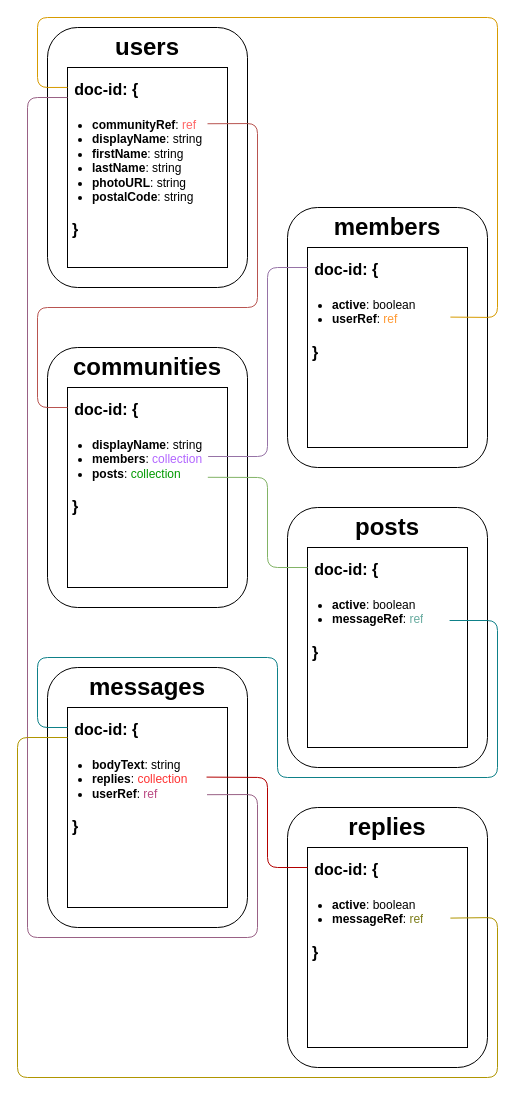
Earlier version of the draw.io diagram firebase.drawio (haytherecharlie/habichat-classic). Source tidied: cells renumbered, new cells numbered last; positions are measured from the earlier drawing's top-left corner, leaving out a move shared by most shapes. Both pictures are drawn from the tidied source at 100%, with x=0, y=0 at pixel (17, 17).
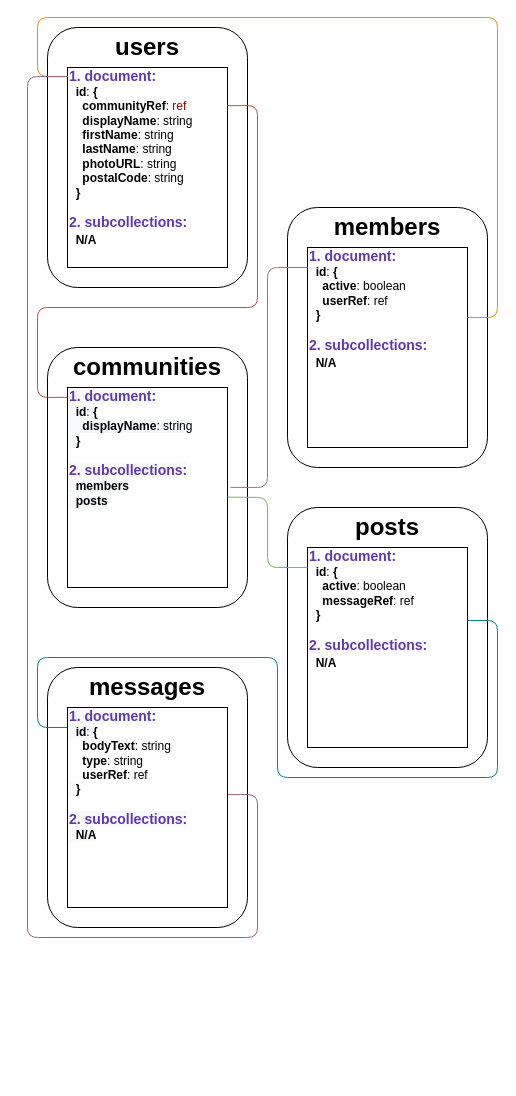
After the change.

The change refers to these unchanged cells:
```xml
<mxCell id="6" style="rounded=1;whiteSpace=wrap;html=1;" parent="1" vertex="1">
  <mxGeometry x="30" y="330" width="200" height="260" as="geometry" />
</mxCell>
```

Change to the diagram source:
```diff
@@
-    <mxCell id="4" style="rounded=0;whiteSpace=wrap;html=1;" parent="1" vertex="1">
+    <mxCell id="4" style="rounded=0;whiteSpace=wrap;html=1;fontSize=12;" parent="1" vertex="1">
       <mxGeometry x="50" y="50" width="160" height="200" as="geometry" />
     </mxCell>
-    <mxCell id="5" value="&lt;p style=&quot;line-height: 100%&quot;&gt;&lt;/p&gt;&lt;h1&gt;&lt;span style=&quot;font-size: 12px&quot;&gt;&lt;font style=&quot;font-size: 16px&quot;&gt;&amp;nbsp; &amp;nbsp; &amp;nbsp;doc-id: {&lt;/font&gt;&lt;/span&gt;&lt;/h1&gt;&lt;h1&gt;&lt;span style=&quot;font-size: 12px&quot;&gt;&lt;ul&gt;&lt;li&gt;communityRef&lt;span style=&quot;font-weight: normal&quot;&gt;: &lt;font color=&quot;#ff6666&quot;&gt;ref&lt;/font&gt;&lt;/span&gt;&lt;/li&gt;&lt;li&gt;displayName&lt;span style=&quot;font-weight: normal&quot;&gt;: string&lt;/span&gt;&lt;/li&gt;&lt;li&gt;firstName&lt;span style=&quot;font-weight: normal&quot;&gt;: string&lt;/span&gt;&lt;/li&gt;&lt;li&gt;lastName&lt;span style=&quot;font-weight: normal&quot;&gt;: string&lt;/span&gt;&lt;/li&gt;&lt;li&gt;photoURL&lt;span style=&quot;font-weight: 400&quot;&gt;: string&lt;/span&gt;&lt;/li&gt;&lt;li&gt;postalCode&lt;span style=&quot;font-weight: 400&quot;&gt;: string&lt;/span&gt;&lt;/li&gt;&lt;/ul&gt;&lt;/span&gt;&lt;/h1&gt;&lt;div&gt;&amp;nbsp; &amp;nbsp; &amp;nbsp;&amp;nbsp;&lt;font style=&quot;font-size: 16px&quot;&gt;&lt;b&gt;}&lt;/b&gt;&lt;/font&gt;&lt;/div&gt;&lt;p&gt;&lt;/p&gt;" style="text;html=1;strokeColor=none;fillColor=none;spacing=5;spacingTop=-20;whiteSpace=wrap;overflow=hidden;rounded=0;" parent="1" vertex="1">
-      <mxGeometry x="30" y="50" width="160" height="190" as="geometry" />
-    </mxCell>
@@
-    <mxCell id="8" style="rounded=0;whiteSpace=wrap;html=1;" parent="1" vertex="1">
+    <mxCell id="8" value="&lt;font color=&quot;#6039a9&quot; style=&quot;font-family: &amp;#34;helvetica&amp;#34; ; font-style: normal ; font-weight: 400 ; letter-spacing: normal ; text-indent: 0px ; text-transform: none ; word-spacing: 0px ; background-color: rgb(248 , 249 , 250) ; font-size: 14px&quot;&gt;&lt;b&gt;1. document:&lt;br&gt;&lt;/b&gt;&lt;/font&gt;&lt;b style=&quot;color: rgb(0 , 0 , 0) ; font-family: &amp;#34;helvetica&amp;#34; ; font-size: 12px ; font-style: normal ; letter-spacing: normal ; text-indent: 0px ; text-transform: none ; word-spacing: 0px ; background-color: rgb(248 , 249 , 250)&quot;&gt;&amp;nbsp; id&lt;/b&gt;&lt;span style=&quot;color: rgb(0 , 0 , 0) ; font-family: &amp;#34;helvetica&amp;#34; ; font-size: 12px ; font-style: normal ; font-weight: 400 ; letter-spacing: normal ; text-indent: 0px ; text-transform: none ; word-spacing: 0px ; background-color: rgb(248 , 249 , 250) ; float: none ; display: inline&quot;&gt;:&amp;nbsp;&lt;/span&gt;&lt;b style=&quot;color: rgb(0 , 0 , 0) ; font-family: &amp;#34;helvetica&amp;#34; ; font-size: 12px ; font-style: normal ; letter-spacing: normal ; text-indent: 0px ; text-transform: none ; word-spacing: 0px ; background-color: rgb(248 , 249 , 250)&quot;&gt;{&lt;/b&gt;&lt;br style=&quot;color: rgb(0 , 0 , 0) ; font-family: &amp;#34;helvetica&amp;#34; ; font-size: 12px ; font-style: normal ; font-weight: 400 ; letter-spacing: normal ; text-indent: 0px ; text-transform: none ; word-spacing: 0px ; background-color: rgb(248 , 249 , 250)&quot;&gt;&lt;span style=&quot;color: rgb(0 , 0 , 0) ; font-family: &amp;#34;helvetica&amp;#34; ; font-size: 12px ; font-style: normal ; font-weight: 400 ; letter-spacing: normal ; text-indent: 0px ; text-transform: none ; word-spacing: 0px ; background-color: rgb(248 , 249 , 250) ; float: none ; display: inline&quot;&gt;&amp;nbsp; &amp;nbsp;&lt;span&gt;&amp;nbsp;&lt;/span&gt;&lt;/span&gt;&lt;b style=&quot;color: rgb(0 , 0 , 0) ; font-family: &amp;#34;helvetica&amp;#34; ; font-size: 12px ; font-style: normal ; letter-spacing: normal ; text-indent: 0px ; text-transform: none ; word-spacing: 0px ; background-color: rgb(248 , 249 , 250)&quot;&gt;displayName&lt;/b&gt;&lt;span style=&quot;color: rgb(0 , 0 , 0) ; font-family: &amp;#34;helvetica&amp;#34; ; font-size: 12px ; font-style: normal ; font-weight: 400 ; letter-spacing: normal ; text-indent: 0px ; text-transform: none ; word-spacing: 0px ; background-color: rgb(248 , 249 , 250) ; float: none ; display: inline&quot;&gt;: string&lt;/span&gt;&lt;br style=&quot;color: rgb(0 , 0 , 0) ; font-family: &amp;#34;helvetica&amp;#34; ; font-size: 12px ; font-style: normal ; font-weight: 400 ; letter-spacing: normal ; text-indent: 0px ; text-transform: none ; word-spacing: 0px ; background-color: rgb(248 , 249 , 250)&quot;&gt;&lt;b style=&quot;color: rgb(0 , 0 , 0) ; font-family: &amp;#34;helvetica&amp;#34; ; font-size: 12px ; font-style: normal ; letter-spacing: normal ; text-indent: 0px ; text-transform: none ; word-spacing: 0px ; background-color: rgb(248 , 249 , 250)&quot;&gt;&amp;nbsp; }&lt;br&gt;&lt;br&gt;&lt;/b&gt;&lt;b style=&quot;font-family: &amp;#34;helvetica&amp;#34; ; font-style: normal ; letter-spacing: normal ; text-indent: 0px ; text-transform: none ; word-spacing: 0px ; background-color: rgb(248 , 249 , 250) ; color: rgb(96 , 57 , 169) ; font-size: 14px&quot;&gt;2. subcollections:&lt;br&gt;&lt;/b&gt;&lt;b style=&quot;color: rgb(0 , 0 , 0) ; font-family: &amp;#34;helvetica&amp;#34; ; font-size: 12px ; font-style: normal ; letter-spacing: normal ; text-indent: 0px ; text-transform: none ; word-spacing: 0px ; background-color: rgb(248 , 249 , 250)&quot;&gt;&amp;nbsp; members&lt;br&gt;&amp;nbsp; posts&lt;br&gt;&lt;/b&gt;" style="rounded=0;whiteSpace=wrap;html=1;align=left;verticalAlign=top;spacingTop=-6;" parent="1" vertex="1">
       <mxGeometry x="50" y="370" width="160" height="200" as="geometry" />
     </mxCell>
-    <mxCell id="9" value="&lt;p style=&quot;line-height: 100%&quot;&gt;&lt;/p&gt;&lt;h1&gt;&lt;span style=&quot;font-size: 12px&quot;&gt;&lt;font style=&quot;font-size: 16px&quot;&gt;&amp;nbsp; &amp;nbsp; &amp;nbsp;doc-id: {&lt;/font&gt;&lt;/span&gt;&lt;/h1&gt;&lt;h1&gt;&lt;span style=&quot;font-size: 12px&quot;&gt;&lt;ul&gt;&lt;li&gt;displayName&lt;span style=&quot;font-weight: normal&quot;&gt;: string&lt;/span&gt;&lt;/li&gt;&lt;li&gt;members&lt;span style=&quot;font-weight: normal&quot;&gt;: &lt;font color=&quot;#b266ff&quot;&gt;collection&lt;/font&gt;&lt;/span&gt;&lt;/li&gt;&lt;li&gt;posts&lt;span style=&quot;font-weight: normal&quot;&gt;: &lt;font color=&quot;#009900&quot;&gt;collection&lt;/font&gt;&lt;/span&gt;&lt;/li&gt;&lt;/ul&gt;&lt;/span&gt;&lt;/h1&gt;&lt;h1&gt;&lt;div style=&quot;font-size: 12px ; font-weight: 400&quot;&gt;&amp;nbsp; &amp;nbsp; &amp;nbsp;&amp;nbsp;&lt;font style=&quot;font-size: 16px&quot;&gt;&lt;b&gt;}&lt;/b&gt;&lt;/font&gt;&lt;/div&gt;&lt;/h1&gt;&lt;p&gt;&lt;/p&gt;" style="text;html=1;strokeColor=none;fillColor=none;spacing=5;spacingTop=-20;whiteSpace=wrap;overflow=hidden;rounded=0;" parent="1" vertex="1">
-      <mxGeometry x="30" y="370" width="160" height="200" as="geometry" />
-    </mxCell>
@@
-    <mxCell id="13" value="&lt;p style=&quot;line-height: 100%&quot;&gt;&lt;/p&gt;&lt;h1&gt;&lt;span style=&quot;font-size: 12px&quot;&gt;&lt;font style=&quot;font-size: 16px&quot;&gt;&amp;nbsp; &amp;nbsp; &amp;nbsp;doc-id: {&lt;/font&gt;&lt;/span&gt;&lt;/h1&gt;&lt;h1&gt;&lt;span style=&quot;font-size: 12px&quot;&gt;&lt;ul&gt;&lt;li&gt;active&lt;span style=&quot;font-weight: normal&quot;&gt;: boolean&lt;/span&gt;&lt;/li&gt;&lt;li&gt;userRef&lt;span style=&quot;font-weight: normal&quot;&gt;: &lt;font color=&quot;#ff9933&quot;&gt;ref&lt;/font&gt;&lt;/span&gt;&lt;/li&gt;&lt;/ul&gt;&lt;/span&gt;&lt;/h1&gt;&lt;h1&gt;&lt;div style=&quot;font-size: 12px ; font-weight: 400&quot;&gt;&amp;nbsp; &amp;nbsp; &amp;nbsp;&amp;nbsp;&lt;font style=&quot;font-size: 16px&quot;&gt;&lt;b&gt;}&lt;/b&gt;&lt;/font&gt;&lt;/div&gt;&lt;/h1&gt;&lt;p&gt;&lt;/p&gt;" style="text;html=1;strokeColor=none;fillColor=none;spacing=5;spacingTop=-20;whiteSpace=wrap;overflow=hidden;rounded=0;" parent="1" vertex="1">
-      <mxGeometry x="270" y="230" width="160" height="200" as="geometry" />
-    </mxCell>
@@
-    <mxCell id="17" value="&lt;p style=&quot;line-height: 100%&quot;&gt;&lt;/p&gt;&lt;h1&gt;&lt;span style=&quot;font-size: 12px&quot;&gt;&lt;font style=&quot;font-size: 16px&quot;&gt;&amp;nbsp; &amp;nbsp; &amp;nbsp;doc-id: {&lt;/font&gt;&lt;/span&gt;&lt;/h1&gt;&lt;h1&gt;&lt;span style=&quot;font-size: 12px&quot;&gt;&lt;ul&gt;&lt;li&gt;active&lt;span style=&quot;font-weight: normal&quot;&gt;: boolean&lt;/span&gt;&lt;/li&gt;&lt;li&gt;messageRef&lt;span style=&quot;font-weight: normal&quot;&gt;: &lt;font color=&quot;#67ab9f&quot;&gt;ref&lt;/font&gt;&lt;/span&gt;&lt;/li&gt;&lt;/ul&gt;&lt;/span&gt;&lt;/h1&gt;&lt;h1&gt;&lt;div style=&quot;font-size: 12px ; font-weight: 400&quot;&gt;&amp;nbsp; &amp;nbsp; &amp;nbsp;&amp;nbsp;&lt;font style=&quot;font-size: 16px&quot;&gt;&lt;b&gt;}&lt;/b&gt;&lt;/font&gt;&lt;/div&gt;&lt;/h1&gt;&lt;p&gt;&lt;/p&gt;" style="text;html=1;strokeColor=none;fillColor=none;spacing=5;spacingTop=-20;whiteSpace=wrap;overflow=hidden;rounded=0;" parent="1" vertex="1">
-      <mxGeometry x="270" y="530" width="160" height="200" as="geometry" />
-    </mxCell>
-    <mxCell id="18" style="endArrow=none;html=1;entryX=0.125;entryY=0.1;entryDx=0;entryDy=0;entryPerimeter=0;fillColor=#f8cecc;strokeColor=#b85450;exitX=1;exitY=0.296;exitDx=0;exitDy=0;exitPerimeter=0;" parent="1" edge="1" source="5" target="9">
+    <mxCell id="18" style="endArrow=none;html=1;fillColor=#f8cecc;strokeColor=#b85450;exitX=1;exitY=0.191;exitDx=0;exitDy=0;exitPerimeter=0;entryX=-0.002;entryY=0.049;entryDx=0;entryDy=0;entryPerimeter=0;" parent="1" edge="1" source="34" target="8">
       <mxGeometry relative="1" as="geometry">
         <Array as="points">
-          <mxPoint x="240" y="106" />
+          <mxPoint x="240" y="88" />
           <mxPoint x="240" y="290" />
           <mxPoint x="20" y="290" />
-          <mxPoint x="20" y="390" />
+          <mxPoint x="20" y="380" />
         </Array>
       </mxGeometry>
     </mxCell>
-    <mxCell id="19" style="endArrow=none;html=1;entryX=0.125;entryY=0.1;entryDx=0;entryDy=0;entryPerimeter=0;exitX=1.004;exitY=0.345;exitDx=0;exitDy=0;exitPerimeter=0;fillColor=#e1d5e7;strokeColor=#9673a6;" parent="1" edge="1" source="9" target="13">
+    <mxCell id="19" style="endArrow=none;html=1;entryX=0.125;entryY=0.1;entryDx=0;entryDy=0;entryPerimeter=0;exitX=0.914;exitY=0.538;exitDx=0;exitDy=0;exitPerimeter=0;fillColor=#e1d5e7;strokeColor=#9673a6;" parent="1" edge="1" source="6">
       <mxGeometry relative="1" as="geometry">
+        <mxPoint x="290" y="250" as="targetPoint" />
         <Array as="points">
-          <mxPoint x="250" y="439" />
+          <mxPoint x="250" y="470" />
           <mxPoint x="250" y="250" />
         </Array>
       </mxGeometry>
     </mxCell>
-    <mxCell id="20" style="endArrow=none;html=1;exitX=1.002;exitY=0.449;exitDx=0;exitDy=0;exitPerimeter=0;entryX=0.125;entryY=0.1;entryDx=0;entryDy=0;entryPerimeter=0;fillColor=#d5e8d4;strokeColor=#82b366;" parent="1" edge="1" source="9" target="17">
+    <mxCell id="20" style="endArrow=none;html=1;entryX=0.125;entryY=0.1;entryDx=0;entryDy=0;entryPerimeter=0;fillColor=#d5e8d4;strokeColor=#82b366;exitX=1;exitY=0.548;exitDx=0;exitDy=0;exitPerimeter=0;" parent="1" edge="1" source="8">
       <mxGeometry relative="1" as="geometry">
+        <mxPoint x="290" y="550" as="targetPoint" />
         <Array as="points">
-          <mxPoint x="250" y="460" />
+          <mxPoint x="250" y="480" />
           <mxPoint x="250" y="550" />
         </Array>
       </mxGeometry>
     </mxCell>
-    <mxCell id="21" style="endArrow=none;html=1;entryX=1.018;entryY=0.348;entryDx=0;entryDy=0;entryPerimeter=0;exitX=0.125;exitY=0.105;exitDx=0;exitDy=0;exitPerimeter=0;fillColor=#ffe6cc;strokeColor=#d79b00;" parent="1" edge="1" source="5" target="13">
+    <mxCell id="21" style="endArrow=none;html=1;fillColor=#ffe6cc;strokeColor=#d79b00;" parent="1" edge="1">
       <mxGeometry relative="1" as="geometry">
+        <mxPoint x="50" y="59" as="sourcePoint" />
+        <mxPoint x="450" y="300" as="targetPoint" />
         <Array as="points">
-          <mxPoint x="20" y="70" />
+          <mxPoint x="20" y="59" />
           <mxPoint x="20" />
           <mxPoint x="480" />
           <mxPoint x="480" y="300" />
         </Array>
       </mxGeometry>
     </mxCell>
@@
-    <mxCell id="25" value="&lt;p style=&quot;line-height: 100%&quot;&gt;&lt;/p&gt;&lt;h1&gt;&lt;span style=&quot;font-size: 12px&quot;&gt;&lt;font style=&quot;font-size: 16px&quot;&gt;&amp;nbsp; &amp;nbsp; &amp;nbsp;doc-id: {&lt;/font&gt;&lt;/span&gt;&lt;/h1&gt;&lt;h1&gt;&lt;span style=&quot;font-size: 12px&quot;&gt;&lt;ul&gt;&lt;li&gt;bodyText&lt;span style=&quot;font-weight: normal&quot;&gt;: string&lt;/span&gt;&lt;/li&gt;&lt;li&gt;replies&lt;span style=&quot;font-weight: normal&quot;&gt;: &lt;font color=&quot;#ff3333&quot;&gt;collection&lt;/font&gt;&lt;/span&gt;&lt;/li&gt;&lt;li&gt;userRef&lt;span style=&quot;font-weight: normal&quot;&gt;: &lt;font color=&quot;#ba4a83&quot;&gt;ref&lt;/font&gt;&lt;/span&gt;&lt;/li&gt;&lt;/ul&gt;&lt;/span&gt;&lt;/h1&gt;&lt;h1&gt;&lt;div style=&quot;font-size: 12px ; font-weight: 400&quot;&gt;&amp;nbsp; &amp;nbsp; &amp;nbsp;&amp;nbsp;&lt;font style=&quot;font-size: 16px&quot;&gt;&lt;b&gt;}&lt;/b&gt;&lt;/font&gt;&lt;/div&gt;&lt;/h1&gt;&lt;p&gt;&lt;/p&gt;" style="text;html=1;strokeColor=none;fillColor=none;spacing=5;spacingTop=-20;whiteSpace=wrap;overflow=hidden;rounded=0;" parent="1" vertex="1">
-      <mxGeometry x="30" y="690" width="160" height="200" as="geometry" />
-    </mxCell>
-    <mxCell id="26" style="endArrow=none;html=1;exitX=1.013;exitY=0.365;exitDx=0;exitDy=0;exitPerimeter=0;fillColor=#b0e3e6;strokeColor=#0e8088;entryX=0.125;entryY=0.1;entryDx=0;entryDy=0;entryPerimeter=0;" parent="1" edge="1" source="17" target="25">
+    <mxCell id="26" style="endArrow=none;html=1;fillColor=#b0e3e6;strokeColor=#0e8088;entryX=0.125;entryY=0.1;entryDx=0;entryDy=0;entryPerimeter=0;" parent="1" edge="1">
       <mxGeometry relative="1" as="geometry">
+        <mxPoint x="450" y="603" as="sourcePoint" />
+        <mxPoint x="50" y="710" as="targetPoint" />
         <Array as="points">
           <mxPoint x="480" y="603" />
           <mxPoint x="480" y="760" />
           <mxPoint x="260" y="760" />
           <mxPoint x="260" y="640" />
           <mxPoint x="20" y="640" />
           <mxPoint x="20" y="710" />
         </Array>
       </mxGeometry>
     </mxCell>
-    <mxCell id="27" style="endArrow=none;html=1;exitX=0.997;exitY=0.436;exitDx=0;exitDy=0;exitPerimeter=0;entryX=0.125;entryY=0.158;entryDx=0;entryDy=0;entryPerimeter=0;gradientColor=#d5739d;fillColor=#e6d0de;strokeColor=#996185;" parent="1" edge="1" source="25" target="5">
+    <mxCell id="27" style="endArrow=none;html=1;exitX=0.997;exitY=0.436;exitDx=0;exitDy=0;exitPerimeter=0;entryX=0.001;entryY=0.046;entryDx=0;entryDy=0;entryPerimeter=0;gradientColor=#d5739d;fillColor=#e6d0de;strokeColor=#996185;" parent="1" edge="1" target="4">
       <mxGeometry relative="1" as="geometry">
+        <mxPoint x="189.5" y="777.2" as="sourcePoint" />
         <Array as="points">
           <mxPoint x="240" y="777" />
           <mxPoint x="240" y="920" />
           <mxPoint x="10" y="920" />
-          <mxPoint x="10" y="80" />
+          <mxPoint x="10" y="59" />
         </Array>
       </mxGeometry>
     </mxCell>
-    <mxCell id="28" style="rounded=1;whiteSpace=wrap;html=1;" parent="1" vertex="1">
-      <mxGeometry x="270" y="790" width="200" height="260" as="geometry" />
-    </mxCell>
-    <mxCell id="29" value="&lt;span style=&quot;font-size: 24px&quot;&gt;&lt;b&gt;replies&lt;/b&gt;&lt;/span&gt;" style="text;html=1;strokeColor=none;fillColor=none;align=center;verticalAlign=middle;whiteSpace=wrap;rounded=0;" parent="1" vertex="1">
-      <mxGeometry x="270" y="800" width="200" height="20" as="geometry" />
-    </mxCell>
-    <mxCell id="30" style="rounded=0;whiteSpace=wrap;html=1;" parent="1" vertex="1">
-      <mxGeometry x="290" y="830" width="160" height="200" as="geometry" />
-    </mxCell>
-    <mxCell id="31" value="&lt;p style=&quot;line-height: 100%&quot;&gt;&lt;/p&gt;&lt;h1&gt;&lt;span style=&quot;font-size: 12px&quot;&gt;&lt;font style=&quot;font-size: 16px&quot;&gt;&amp;nbsp; &amp;nbsp; &amp;nbsp;doc-id: {&lt;/font&gt;&lt;/span&gt;&lt;/h1&gt;&lt;h1&gt;&lt;span style=&quot;font-size: 12px&quot;&gt;&lt;ul&gt;&lt;li&gt;active&lt;span style=&quot;font-weight: normal&quot;&gt;: boolean&lt;/span&gt;&lt;/li&gt;&lt;li&gt;messageRef&lt;span style=&quot;font-weight: normal&quot;&gt;: &lt;font color=&quot;#7d7d19&quot;&gt;ref&lt;/font&gt;&lt;/span&gt;&lt;/li&gt;&lt;/ul&gt;&lt;/span&gt;&lt;/h1&gt;&lt;h1&gt;&lt;div style=&quot;font-size: 12px ; font-weight: 400&quot;&gt;&amp;nbsp; &amp;nbsp; &amp;nbsp;&amp;nbsp;&lt;font style=&quot;font-size: 16px&quot;&gt;&lt;b&gt;}&lt;/b&gt;&lt;/font&gt;&lt;/div&gt;&lt;/h1&gt;&lt;p&gt;&lt;/p&gt;" style="text;html=1;strokeColor=none;fillColor=none;spacing=5;spacingTop=-20;whiteSpace=wrap;overflow=hidden;rounded=0;" parent="1" vertex="1">
-      <mxGeometry x="270" y="830" width="160" height="200" as="geometry" />
-    </mxCell>
-    <mxCell id="32" style="endArrow=none;html=1;exitX=0.994;exitY=0.348;exitDx=0;exitDy=0;exitPerimeter=0;entryX=0.125;entryY=0.1;entryDx=0;entryDy=0;entryPerimeter=0;fillColor=#e51400;strokeColor=#B20000;" parent="1" edge="1" source="25" target="31">
-      <mxGeometry relative="1" as="geometry">
-        <Array as="points">
-          <mxPoint x="250" y="760" />
-          <mxPoint x="250" y="850" />
-        </Array>
-      </mxGeometry>
-    </mxCell>
-    <mxCell id="33" style="endArrow=none;html=1;exitX=1.018;exitY=0.353;exitDx=0;exitDy=0;exitPerimeter=0;fillColor=#e3c800;strokeColor=#B09500;" parent="1" edge="1" source="31">
-      <mxGeometry relative="1" as="geometry">
-        <mxPoint x="50" y="720" as="targetPoint" />
-        <Array as="points">
-          <mxPoint x="480" y="900" />
-          <mxPoint x="480" y="1060" />
-          <mxPoint y="1060" />
-          <mxPoint y="720" />
-        </Array>
-      </mxGeometry>
-    </mxCell>
+    <mxCell id="34" value="&lt;font style=&quot;font-size: 14px&quot; color=&quot;#6039a9&quot;&gt;&lt;b&gt;1. document:&lt;br&gt;&lt;/b&gt;&lt;/font&gt;&lt;b&gt;&amp;nbsp; id&lt;/b&gt;:&amp;nbsp;&lt;b&gt;{&lt;/b&gt;&lt;br&gt;&amp;nbsp; &amp;nbsp;&amp;nbsp;&lt;b&gt;communityRef&lt;/b&gt;: &lt;font color=&quot;#990000&quot;&gt;ref&lt;/font&gt;&lt;br&gt;&amp;nbsp; &amp;nbsp; &lt;b&gt;displayName&lt;/b&gt;: string&lt;br&gt;&amp;nbsp; &amp;nbsp; &lt;b&gt;firstName&lt;/b&gt;: string&lt;br&gt;&amp;nbsp; &amp;nbsp; &lt;b&gt;lastName&lt;/b&gt;: string&lt;br&gt;&amp;nbsp; &amp;nbsp; &lt;b&gt;photoURL&lt;/b&gt;: string&lt;br&gt;&amp;nbsp; &amp;nbsp; &lt;b&gt;postalCode&lt;/b&gt;: string&lt;br&gt;&lt;b&gt;&amp;nbsp; }&lt;br&gt;&lt;br&gt;&lt;/b&gt;&lt;b style=&quot;color: rgb(96 , 57 , 169) ; font-size: 14px&quot;&gt;2. subcollections:&lt;br&gt;&lt;/b&gt;&lt;b&gt;&amp;nbsp; N/A&lt;/b&gt;&lt;b style=&quot;color: rgb(96 , 57 , 169) ; font-size: 14px&quot;&gt;&lt;br&gt;&lt;/b&gt;" style="text;html=1;strokeColor=none;fillColor=none;align=left;verticalAlign=top;whiteSpace=wrap;overflow=hidden;shadow=1;fontSize=12;spacingTop=-6;" parent="1" vertex="1">
+      <mxGeometry x="50" y="50" width="160" height="200" as="geometry" />
+    </mxCell>
+    <mxCell id="35" value="&lt;font color=&quot;#6039a9&quot; style=&quot;font-family: &amp;#34;helvetica&amp;#34; ; font-style: normal ; font-weight: 400 ; letter-spacing: normal ; text-indent: 0px ; text-transform: none ; word-spacing: 0px ; background-color: rgb(248 , 249 , 250) ; font-size: 14px&quot;&gt;&lt;b&gt;1. document:&lt;br&gt;&lt;/b&gt;&lt;/font&gt;&lt;b style=&quot;color: rgb(0 , 0 , 0) ; font-family: &amp;#34;helvetica&amp;#34; ; font-size: 12px ; font-style: normal ; letter-spacing: normal ; text-indent: 0px ; text-transform: none ; word-spacing: 0px ; background-color: rgb(248 , 249 , 250)&quot;&gt;&amp;nbsp; id&lt;/b&gt;&lt;span style=&quot;color: rgb(0 , 0 , 0) ; font-family: &amp;#34;helvetica&amp;#34; ; font-size: 12px ; font-style: normal ; font-weight: 400 ; letter-spacing: normal ; text-indent: 0px ; text-transform: none ; word-spacing: 0px ; background-color: rgb(248 , 249 , 250) ; float: none ; display: inline&quot;&gt;:&amp;nbsp;&lt;/span&gt;&lt;b style=&quot;color: rgb(0 , 0 , 0) ; font-family: &amp;#34;helvetica&amp;#34; ; font-size: 12px ; font-style: normal ; letter-spacing: normal ; text-indent: 0px ; text-transform: none ; word-spacing: 0px ; background-color: rgb(248 , 249 , 250)&quot;&gt;{&lt;br&gt;&lt;/b&gt;&amp;nbsp; &amp;nbsp; &lt;b&gt;bodyText&lt;/b&gt;: string&lt;br&gt;&amp;nbsp; &amp;nbsp; &lt;b&gt;type&lt;/b&gt;: string&lt;br&gt;&amp;nbsp; &amp;nbsp; &lt;b&gt;userRef&lt;/b&gt;: ref&lt;br style=&quot;color: rgb(0 , 0 , 0) ; font-family: &amp;#34;helvetica&amp;#34; ; font-size: 12px ; font-style: normal ; font-weight: 400 ; letter-spacing: normal ; text-indent: 0px ; text-transform: none ; word-spacing: 0px ; background-color: rgb(248 , 249 , 250)&quot;&gt;&lt;b style=&quot;color: rgb(0 , 0 , 0) ; font-family: &amp;#34;helvetica&amp;#34; ; font-size: 12px ; font-style: normal ; letter-spacing: normal ; text-indent: 0px ; text-transform: none ; word-spacing: 0px ; background-color: rgb(248 , 249 , 250)&quot;&gt;&amp;nbsp; }&lt;br&gt;&lt;br&gt;&lt;/b&gt;&lt;b style=&quot;font-family: &amp;#34;helvetica&amp;#34; ; font-style: normal ; letter-spacing: normal ; text-indent: 0px ; text-transform: none ; word-spacing: 0px ; background-color: rgb(248 , 249 , 250) ; color: rgb(96 , 57 , 169) ; font-size: 14px&quot;&gt;2. subcollections:&lt;br&gt;&lt;/b&gt;&lt;b style=&quot;color: rgb(0 , 0 , 0) ; font-family: &amp;#34;helvetica&amp;#34; ; font-size: 12px ; font-style: normal ; letter-spacing: normal ; text-indent: 0px ; text-transform: none ; word-spacing: 0px ; background-color: rgb(248 , 249 , 250)&quot;&gt;&amp;nbsp; N/A&lt;br&gt;&lt;/b&gt;" style="rounded=0;whiteSpace=wrap;html=1;align=left;verticalAlign=top;spacingTop=-6;" parent="1" vertex="1">
+      <mxGeometry x="50" y="690" width="160" height="200" as="geometry" />
+    </mxCell>
+    <mxCell id="36" value="&lt;font style=&quot;font-size: 14px&quot; color=&quot;#6039a9&quot;&gt;&lt;b&gt;1. document:&lt;br&gt;&lt;/b&gt;&lt;/font&gt;&lt;b&gt;&amp;nbsp; id&lt;/b&gt;:&amp;nbsp;&lt;b&gt;{&lt;/b&gt;&lt;br&gt;&amp;nbsp; &amp;nbsp;&amp;nbsp;&lt;b&gt;active&lt;/b&gt;: boolean&lt;br&gt;&amp;nbsp; &amp;nbsp; &lt;b&gt;userRef&lt;/b&gt;: ref&lt;br&gt;&lt;b&gt;&amp;nbsp; }&lt;br&gt;&lt;br&gt;&lt;/b&gt;&lt;b style=&quot;color: rgb(96 , 57 , 169) ; font-size: 14px&quot;&gt;2. subcollections:&lt;br&gt;&lt;/b&gt;&lt;b&gt;&amp;nbsp; N/A&lt;/b&gt;&lt;b style=&quot;color: rgb(96 , 57 , 169) ; font-size: 14px&quot;&gt;&lt;br&gt;&lt;/b&gt;" style="text;html=1;strokeColor=none;fillColor=none;align=left;verticalAlign=top;whiteSpace=wrap;overflow=hidden;shadow=1;fontSize=12;spacingTop=-6;" parent="1" vertex="1">
+      <mxGeometry x="290" y="230" width="160" height="200" as="geometry" />
+    </mxCell>
+    <mxCell id="37" value="&lt;font style=&quot;font-size: 14px&quot; color=&quot;#6039a9&quot;&gt;&lt;b&gt;1. document:&lt;br&gt;&lt;/b&gt;&lt;/font&gt;&lt;b&gt;&amp;nbsp; id&lt;/b&gt;:&amp;nbsp;&lt;b&gt;{&lt;/b&gt;&lt;br&gt;&amp;nbsp; &amp;nbsp;&amp;nbsp;&lt;b&gt;active&lt;/b&gt;: boolean&lt;br&gt;&amp;nbsp; &amp;nbsp; &lt;b&gt;messageRef&lt;/b&gt;: ref&lt;br&gt;&lt;b&gt;&amp;nbsp; }&lt;br&gt;&lt;br&gt;&lt;/b&gt;&lt;b style=&quot;color: rgb(96 , 57 , 169) ; font-size: 14px&quot;&gt;2. subcollections:&lt;br&gt;&lt;/b&gt;&lt;b&gt;&amp;nbsp; N/A&lt;/b&gt;&lt;b style=&quot;color: rgb(96 , 57 , 169) ; font-size: 14px&quot;&gt;&lt;br&gt;&lt;/b&gt;" style="text;html=1;strokeColor=none;fillColor=none;align=left;verticalAlign=top;whiteSpace=wrap;overflow=hidden;shadow=1;fontSize=12;spacingTop=-6;" parent="1" vertex="1">
+      <mxGeometry x="290" y="530" width="160" height="200" as="geometry" />
+    </mxCell>
```
